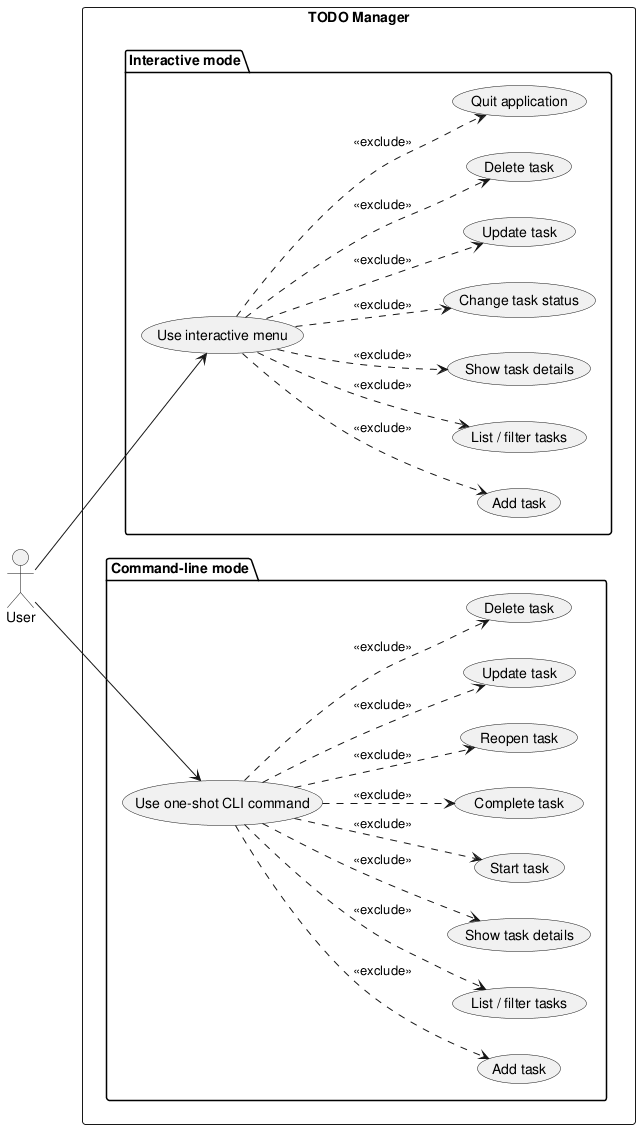
Above: experiments/broadcast/test_driven/TODO/artifacts/use_case_diagram.png in DanielRiha8906/Software_autoevolution_using_agents (PlantUML), before the change.
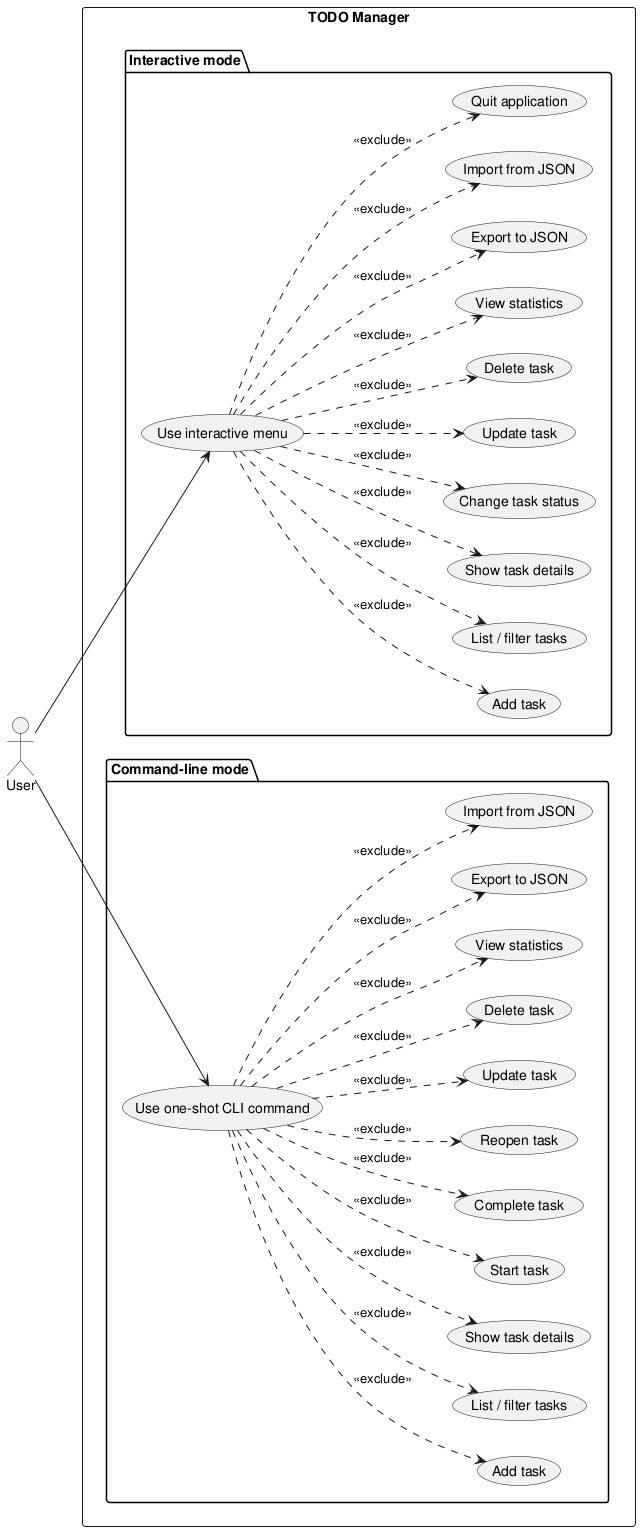
The same diagram one commit later.

What changed in the source:
```diff
@@ -14,6 +14,9 @@
     usecase "Change task status" as I_STATUS
     usecase "Update task" as I_UPDATE
     usecase "Delete task" as I_DELETE
+    usecase "View statistics" as I_STATS
+    usecase "Export to JSON" as I_EXPORT
+    usecase "Import from JSON" as I_IMPORT
     usecase "Quit application" as I_QUIT
   }
 
@@ -27,27 +30,36 @@
     usecase "Reopen task" as C_REOPEN
     usecase "Update task" as C_UPDATE
     usecase "Delete task" as C_DELETE
+    usecase "View statistics" as C_STATS
+    usecase "Export to JSON" as C_EXPORT
+    usecase "Import from JSON" as C_IMPORT
   }
 }
 
 User --> UI
 User --> CLI
 
-UI ..> I_ADD    : <<exclude>>
-UI ..> I_LIST   : <<exclude>>
-UI ..> I_SHOW   : <<exclude>>
-UI ..> I_STATUS : <<exclude>>
-UI ..> I_UPDATE : <<exclude>>
-UI ..> I_DELETE : <<exclude>>
-UI ..> I_QUIT   : <<exclude>>
+UI ..> I_ADD      : <<exclude>>
+UI ..> I_LIST     : <<exclude>>
+UI ..> I_SHOW     : <<exclude>>
+UI ..> I_STATUS   : <<exclude>>
+UI ..> I_UPDATE   : <<exclude>>
+UI ..> I_DELETE   : <<exclude>>
+UI ..> I_STATS    : <<exclude>>
+UI ..> I_EXPORT   : <<exclude>>
+UI ..> I_IMPORT   : <<exclude>>
+UI ..> I_QUIT     : <<exclude>>
 
-CLI ..> C_ADD    : <<exclude>>
-CLI ..> C_LIST   : <<exclude>>
-CLI ..> C_SHOW   : <<exclude>>
-CLI ..> C_START  : <<exclude>>
-CLI ..> C_DONE   : <<exclude>>
-CLI ..> C_REOPEN : <<exclude>>
-CLI ..> C_UPDATE : <<exclude>>
-CLI ..> C_DELETE : <<exclude>>
+CLI ..> C_ADD     : <<exclude>>
+CLI ..> C_LIST    : <<exclude>>
+CLI ..> C_SHOW    : <<exclude>>
+CLI ..> C_START   : <<exclude>>
+CLI ..> C_DONE    : <<exclude>>
+CLI ..> C_REOPEN  : <<exclude>>
+CLI ..> C_UPDATE  : <<exclude>>
+CLI ..> C_DELETE  : <<exclude>>
+CLI ..> C_STATS   : <<exclude>>
+CLI ..> C_EXPORT  : <<exclude>>
+CLI ..> C_IMPORT  : <<exclude>>
 
 @enduml
```
